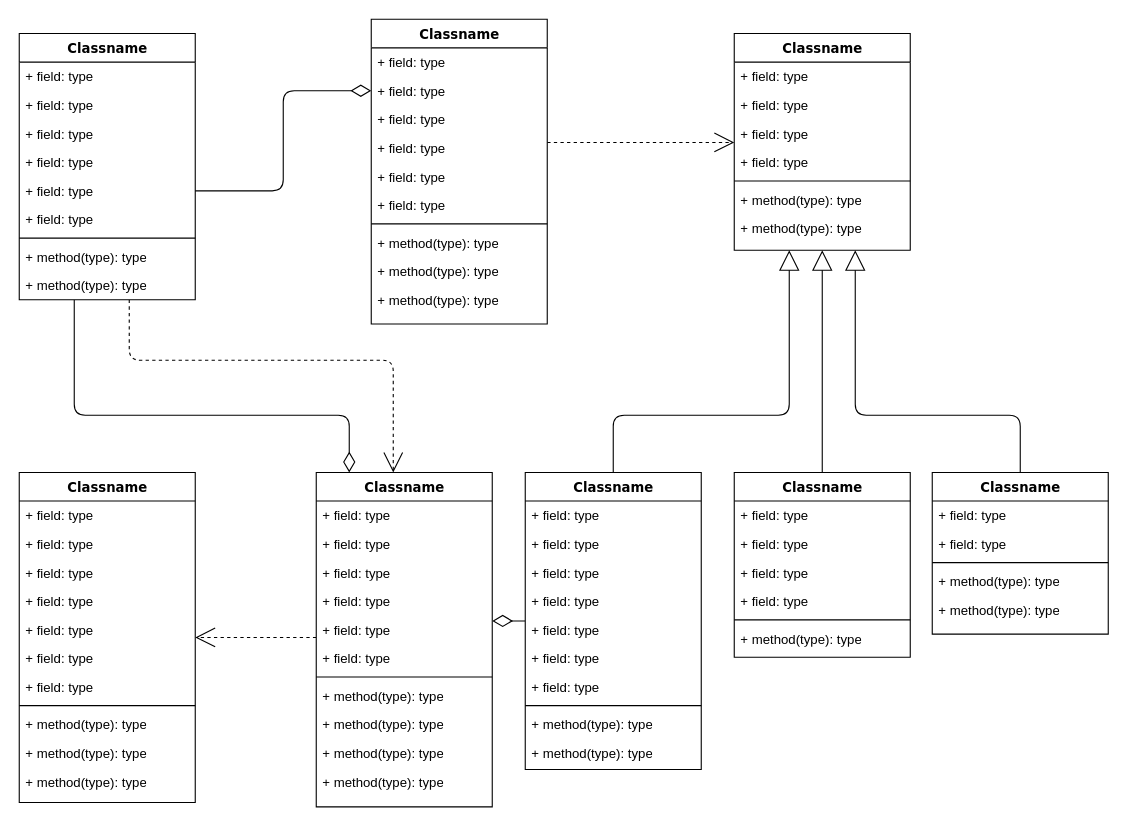
anfatkulin/integrator keeps this draw.io diagram as Untitled Diagram.drawio. Above is the earlier version. Source tidied: cells renumbered, new cells numbered last; positions are measured from the earlier drawing's top-left corner, leaving out a move shared by most shapes. Both pictures are drawn from the tidied source at 110%, with x=0, y=0 at pixel (19, 19).
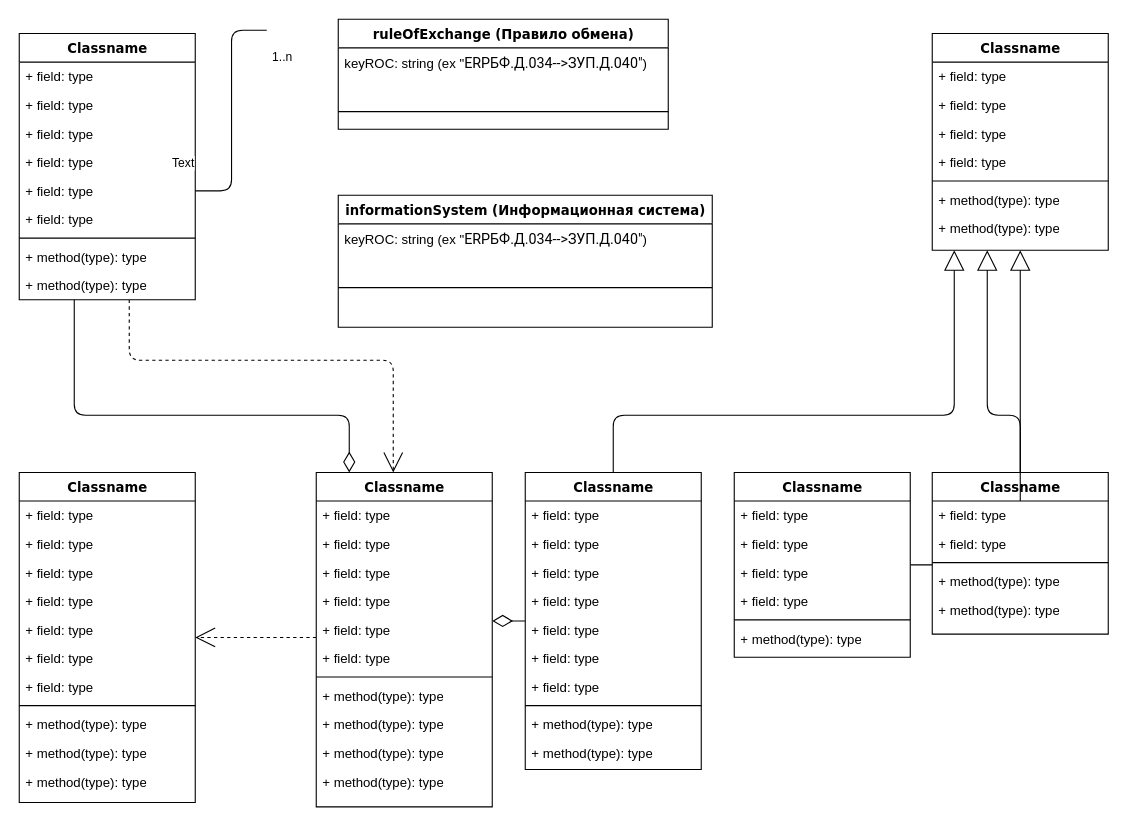
The same diagram, later.

The change refers to these unchanged cells:
```xml
<mxCell id="9" value="+ field: type" style="text;html=1;strokeColor=none;fillColor=none;align=left;verticalAlign=top;spacingLeft=4;spacingRight=4;whiteSpace=wrap;overflow=hidden;points=[[0,0.5],[1,0.5]];portConstraint=eastwest;" parent="4" vertex="1">
  <mxGeometry y="130" width="160" height="26" as="geometry" />
</mxCell>
<mxCell id="61" value="Classname" style="swimlane;html=1;fontStyle=1;align=center;verticalAlign=top;horizontal=1;startSize=26;swimlaneFillColor=#ffffff;rounded=0;shadow=0;comic=0;labelBackgroundColor=none;strokeWidth=1;fillColor=none;fontFamily=Verdana;fontSize=12;" parent="1" vertex="1">
  <mxGeometry x="460" y="412" width="160" height="270" as="geometry" />
</mxCell>
<mxCell id="81" value="Classname" style="swimlane;html=1;fontStyle=1;align=center;verticalAlign=top;horizontal=1;startSize=26;swimlaneFillColor=#ffffff;rounded=0;shadow=0;comic=0;labelBackgroundColor=none;strokeWidth=1;fillColor=none;fontFamily=Verdana;fontSize=12;" parent="1" vertex="1">
  <mxGeometry x="830" y="412" width="160" height="147" as="geometry" />
</mxCell>
```

Diff of the diagram source:
```diff
@@
-    <mxCell id="14" style="edgeStyle=elbowEdgeStyle;html=1;labelBackgroundColor=none;startFill=0;startSize=8;endArrow=open;endFill=0;endSize=16;fontFamily=Verdana;fontSize=12;elbow=vertical;dashed=1;" parent="1" edge="1" source="15" target="26">
-      <mxGeometry relative="1" as="geometry" />
-    </mxCell>
-    <mxCell id="15" value="Classname" style="swimlane;html=1;fontStyle=1;align=center;verticalAlign=top;horizontal=1;startSize=26;swimlaneFillColor=#ffffff;rounded=0;shadow=0;comic=0;labelBackgroundColor=none;strokeWidth=1;fillColor=none;fontFamily=Verdana;fontSize=12;" parent="1" vertex="1">
-      <mxGeometry x="320" width="160" height="277" as="geometry" />
+    <mxCell id="15" value="ruleOfExchange (Правило обмена)" style="swimlane;html=1;fontStyle=1;align=center;verticalAlign=top;horizontal=1;startSize=26;swimlaneFillColor=#ffffff;rounded=0;shadow=0;comic=0;labelBackgroundColor=none;strokeWidth=1;fillColor=none;fontFamily=Verdana;fontSize=12;" parent="1" vertex="1">
+      <mxGeometry x="290" width="300" height="100" as="geometry" />
     </mxCell>
-    <mxCell id="16" value="+ field: type" style="text;html=1;strokeColor=none;fillColor=none;align=left;verticalAlign=top;spacingLeft=4;spacingRight=4;whiteSpace=wrap;overflow=hidden;" parent="15" vertex="1">
-      <mxGeometry y="26" width="160" height="26" as="geometry" />
-    </mxCell>
-    <mxCell id="17" value="+ field: type" style="text;html=1;strokeColor=none;fillColor=none;align=left;verticalAlign=top;spacingLeft=4;spacingRight=4;whiteSpace=wrap;overflow=hidden;points=[[0,0.5],[1,0.5]];portConstraint=eastwest;" parent="15" vertex="1">
-      <mxGeometry y="52" width="160" height="26" as="geometry" />
+    <mxCell id="17" value="keyROC: string (ex &quot;&lt;span style=&quot;font-family: &amp;#34;roboto&amp;#34; , &amp;#34;robotodraft&amp;#34; , &amp;#34;helvetica&amp;#34; , &amp;#34;arial&amp;#34; , sans-serif ; font-size: 13px ; background-color: rgb(255 , 255 , 255)&quot;&gt;ERPБФ.Д.034--&amp;gt;ЗУП.Д.040&quot;&lt;/span&gt;)" style="text;html=1;strokeColor=none;fillColor=none;align=left;verticalAlign=top;spacingLeft=4;spacingRight=4;whiteSpace=wrap;overflow=hidden;points=[[0,0.5],[1,0.5]];portConstraint=eastwest;" parent="15" vertex="1">
+      <mxGeometry y="26" width="300" height="54" as="geometry" />
     </mxCell>
-    <mxCell id="18" value="+ field: type" style="text;html=1;strokeColor=none;fillColor=none;align=left;verticalAlign=top;spacingLeft=4;spacingRight=4;whiteSpace=wrap;overflow=hidden;" parent="15" vertex="1">
-      <mxGeometry y="78" width="160" height="26" as="geometry" />
-    </mxCell>
-    <mxCell id="19" value="+ field: type" style="text;html=1;strokeColor=none;fillColor=none;align=left;verticalAlign=top;spacingLeft=4;spacingRight=4;whiteSpace=wrap;overflow=hidden;" parent="15" vertex="1">
-      <mxGeometry y="104" width="160" height="26" as="geometry" />
-    </mxCell>
-    <mxCell id="20" value="+ field: type" style="text;html=1;strokeColor=none;fillColor=none;align=left;verticalAlign=top;spacingLeft=4;spacingRight=4;whiteSpace=wrap;overflow=hidden;" parent="15" vertex="1">
-      <mxGeometry y="130" width="160" height="26" as="geometry" />
-    </mxCell>
-    <mxCell id="21" value="+ field: type" style="text;html=1;strokeColor=none;fillColor=none;align=left;verticalAlign=top;spacingLeft=4;spacingRight=4;whiteSpace=wrap;overflow=hidden;" parent="15" vertex="1">
-      <mxGeometry y="156" width="160" height="26" as="geometry" />
-    </mxCell>
     <mxCell id="22" style="line;html=1;strokeWidth=1;fillColor=none;align=left;verticalAlign=middle;spacingTop=-1;spacingLeft=3;spacingRight=3;labelPosition=right;" parent="15" vertex="1">
-      <mxGeometry y="182" width="160" height="8" as="geometry" />
+      <mxGeometry y="80" width="300" height="8" as="geometry" />
     </mxCell>
-    <mxCell id="23" value="+ method(type): type" style="text;html=1;strokeColor=none;fillColor=none;align=left;verticalAlign=top;spacingLeft=4;spacingRight=4;whiteSpace=wrap;overflow=hidden;" parent="15" vertex="1">
-      <mxGeometry y="190" width="160" height="26" as="geometry" />
-    </mxCell>
-    <mxCell id="24" value="+ method(type): type" style="text;html=1;strokeColor=none;fillColor=none;align=left;verticalAlign=top;spacingLeft=4;spacingRight=4;whiteSpace=wrap;overflow=hidden;" parent="15" vertex="1">
-      <mxGeometry y="216" width="160" height="26" as="geometry" />
-    </mxCell>
-    <mxCell id="25" value="+ method(type): type" style="text;html=1;strokeColor=none;fillColor=none;align=left;verticalAlign=top;spacingLeft=4;spacingRight=4;whiteSpace=wrap;overflow=hidden;" parent="15" vertex="1">
-      <mxGeometry y="242" width="160" height="26" as="geometry" />
-    </mxCell>
     <mxCell id="26" value="Classname" style="swimlane;html=1;fontStyle=1;align=center;verticalAlign=top;horizontal=1;startSize=26;swimlaneFillColor=#ffffff;rounded=0;shadow=0;comic=0;labelBackgroundColor=none;strokeWidth=1;fillColor=none;fontFamily=Verdana;fontSize=12;" parent="1" vertex="1">
-      <mxGeometry x="650" y="13" width="160" height="197" as="geometry" />
+      <mxGeometry x="830" y="13" width="160" height="197" as="geometry" />
     </mxCell>
@@
     <mxCell id="60" style="edgeStyle=orthogonalEdgeStyle;html=1;labelBackgroundColor=none;startFill=0;startSize=8;endArrow=block;endFill=0;endSize=16;fontFamily=Verdana;fontSize=12;" parent="1" edge="1" source="61" target="26">
       <mxGeometry relative="1" as="geometry">
         <Array as="points">
           <mxPoint x="540" y="360" />
-          <mxPoint x="700" y="360" />
+          <mxPoint x="850" y="360" />
         </Array>
       </mxGeometry>
     </mxCell>
@@
     <mxCell id="80" style="edgeStyle=orthogonalEdgeStyle;html=1;labelBackgroundColor=none;startFill=0;startSize=8;endArrow=block;endFill=0;endSize=16;fontFamily=Verdana;fontSize=12;" parent="1" edge="1" source="81" target="26">
       <mxGeometry relative="1" as="geometry">
         <Array as="points">
           <mxPoint x="910" y="360" />
-          <mxPoint x="760" y="360" />
+          <mxPoint x="880" y="360" />
         </Array>
       </mxGeometry>
     </mxCell>
@@
-    <mxCell id="87" style="edgeStyle=elbowEdgeStyle;html=1;labelBackgroundColor=none;startFill=0;startSize=8;endArrow=diamondThin;endFill=0;endSize=16;fontFamily=Verdana;fontSize=12;entryX=0;entryY=0.5;entryDx=0;entryDy=0;exitX=1;exitY=0.5;exitDx=0;exitDy=0;" parent="1" edge="1" source="9" target="17">
-      <mxGeometry relative="1" as="geometry" />
+    <mxCell id="87" style="edgeStyle=elbowEdgeStyle;html=1;labelBackgroundColor=none;startFill=0;startSize=8;endArrow=none;endFill=0;endSize=16;fontFamily=Verdana;fontSize=12;exitX=1;exitY=0.5;exitDx=0;exitDy=0;" parent="1" edge="1" source="9">
+      <mxGeometry relative="1" as="geometry">
+        <mxPoint x="225" y="10" as="targetPoint" />
+      </mxGeometry>
     </mxCell>
+    <mxCell id="88" value="1..n" style="edgeLabel;html=1;align=center;verticalAlign=middle;" parent="87" vertex="1">
+      <mxGeometry x="0.17" y="2" relative="1" as="geometry">
+        <mxPoint x="47" y="-33" as="offset" />
+      </mxGeometry>
+    </mxCell>
+    <mxCell id="89" value="Text" style="edgeLabel;html=1;align=center;verticalAlign=middle;" parent="87" vertex="1">
+      <mxGeometry x="0.14" y="-2" relative="1" as="geometry">
+        <mxPoint x="-47" y="61" as="offset" />
+      </mxGeometry>
+    </mxCell>
+    <mxCell id="90" value="informationSystem (Информационная система)" style="swimlane;html=1;fontStyle=1;align=center;verticalAlign=top;horizontal=1;startSize=26;swimlaneFillColor=#ffffff;rounded=0;shadow=0;comic=0;labelBackgroundColor=none;strokeWidth=1;fillColor=none;fontFamily=Verdana;fontSize=12;" parent="1" vertex="1">
+      <mxGeometry x="290" y="160" width="340" height="120" as="geometry" />
+    </mxCell>
+    <mxCell id="91" value="keyROC: string (ex &quot;&lt;span style=&quot;font-family: &amp;#34;roboto&amp;#34; , &amp;#34;robotodraft&amp;#34; , &amp;#34;helvetica&amp;#34; , &amp;#34;arial&amp;#34; , sans-serif ; font-size: 13px ; background-color: rgb(255 , 255 , 255)&quot;&gt;ERPБФ.Д.034--&amp;gt;ЗУП.Д.040&quot;&lt;/span&gt;)" style="text;html=1;strokeColor=none;fillColor=none;align=left;verticalAlign=top;spacingLeft=4;spacingRight=4;whiteSpace=wrap;overflow=hidden;" parent="90" vertex="1">
+      <mxGeometry y="26" width="340" height="54" as="geometry" />
+    </mxCell>
+    <mxCell id="92" style="line;html=1;strokeWidth=1;fillColor=none;align=left;verticalAlign=middle;spacingTop=-1;spacingLeft=3;spacingRight=3;labelPosition=right;" parent="90" vertex="1">
+      <mxGeometry y="80" width="340" height="8" as="geometry" />
+    </mxCell>
```
